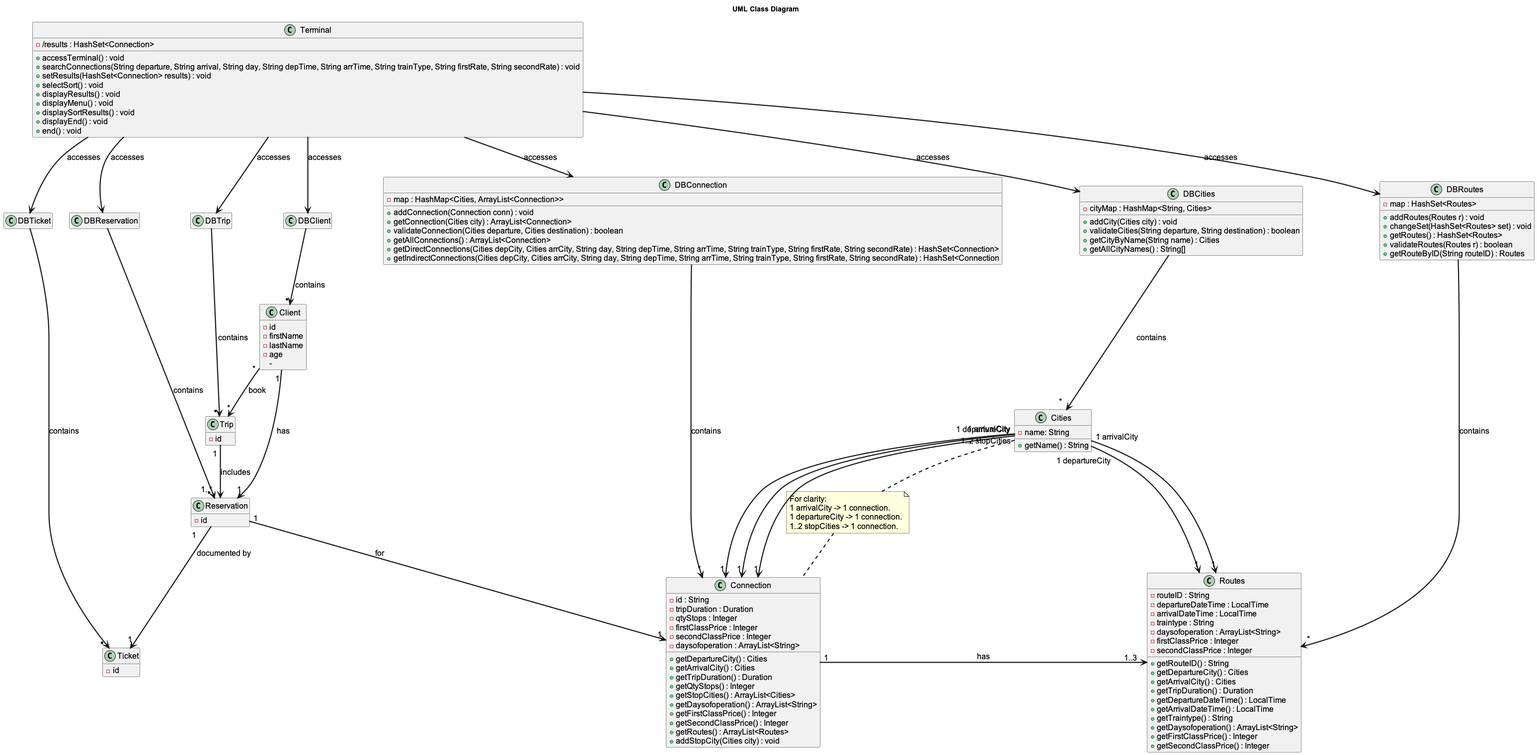
Earlier version of the PlantUML export Iteration 2/out/System docs/Class Diagram.png (Cimpo1/SOEN342_2025). Its diagram source:
```plantuml
@startuml Class Diagram
skinparam DefaultFontName Arial
skinparam DefaultFontSize 16
skinparam DefaultFontStyle bold
skinparam ArrowThickness 2.2
title UML Class Diagram
hide empty members

class "Terminal" as terminal {
    - /results : HashSet<Connection>
    + accessTerminal() : void
    + searchConnections(String departure, String arrival, String day, String depTime, String arrTime, String trainType, String firstRate, String secondRate) : void
    + setResults(HashSet<Connection> results) : void
    + selectSort() : void
    + displayResults() : void
    + displayMenu() : void
    + displaySortResults() : void
    + displayEnd() : void
    + end() : void
}
class "DBRoutes" as DBRoutes {
    - map : HashSet<Routes>
    + addRoutes(Routes r) : void
    + changeSet(HashSet<Routes> set) : void
    + getRoutes() : HashSet<Routes>
    + validateRoutes(Routes r) : boolean
    + getRouteByID(String routeID) : Routes
}

class "DBConnection" as DBConnection {
    - map : HashMap<Cities, ArrayList<Connection>>
    + addConnection(Connection conn) : void
    + getConnection(Cities city) : ArrayList<Connection>
    + validateConnection(Cities departure, Cities destination) : boolean
    + getAllConnections() : ArrayList<Connection>
    + getDirectConnections(Cities depCity, Cities arrCity, String day, String depTime, String arrTime, String trainType, String firstRate, String secondRate) : HashSet<Connection>
    + getIndirectConnections(Cities depCity, Cities arrCity, String day, String depTime, String arrTime, String trainType, String firstRate, String secondRate) : HashSet<Connection
}

class "DBCities" as DBCities {
    - cityMap : HashMap<String, Cities>
    + addCity(Cities city) : void
    + validateCities(String departure, String destination) : boolean
    + getCityByName(String name) : Cities
    + getAllCityNames() : String[]
}

class "Routes" as routes {
    - routeID : String
    - departureDateTime : LocalTime
    - arrivalDateTime : LocalTime
    - traintype : String
    - daysofoperation : ArrayList<String>
    - firstClassPrice : Integer
    - secondClassPrice : Integer
    +getRouteID() : String
    +getDepartureCity() : Cities
    +getArrivalCity() : Cities
    +getTripDuration() : Duration
    +getDepartureDateTime() : LocalTime
    +getArrivalDateTime() : LocalTime
    +getTraintype() : String
    +getDaysofoperation() : ArrayList<String>
    +getFirstClassPrice() : Integer
    +getSecondClassPrice() : Integer
}

class "Connection" as connection {
    - id : String
    - tripDuration : Duration
    - qtyStops : Integer
    - firstClassPrice : Integer
    - secondClassPrice : Integer
    - daysofoperation : ArrayList<String>
    +getDepartureCity() : Cities
    +getArrivalCity() : Cities
    +getTripDuration() : Duration
    +getQtyStops() : Integer
    +getStopCities() : ArrayList<Cities>
    +getDaysofoperation() : ArrayList<String>
    +getFirstClassPrice() : Integer
    +getSecondClassPrice() : Integer
    +getRoutes() : ArrayList<Routes>
    +addStopCity(Cities city) : void
}
class "Cities" as cities {
    - name: String
    +getName() : String
}
class "DBClient" as DBClient {}
class "Client" as client {
    - id
    - firstName
    - lastName
    - age
    -
}
class "DBTrip" as DBTrip {}
class "Trip" as trip {
    - id
}
class "DBReservation" as DBReservation {}
class "Reservation" as reservation {
    - id
}
class "DBTicket" as DBTicket {}
class "Ticket" as ticket {
    - id
}

connection"*" <-up- DBConnection : "contains"
cities" *   "  <-up-  DBCities : "contains"
routes " *  " <-up-  DBRoutes : "contains"
DBClient  -down-> "* " client : "contains"
DBTrip    -down-> "* " trip : "contains"
DBReservation -down-> "* " reservation : "contains"
DBTicket  -down-> "* " ticket : "contains"

DBConnection  -[hidden]> DBCities: "acces             ses"
DBCities  -[hidden]> DBRoutes: "acces             ses"
DBClient -[hidden]> DBConnection: "accesses"
DBReservation -[hidden]> DBTrip: "accesses"
DBTrip -[hidden]> DBClient: "accesses"
DBTicket -[hidden]> DBTrip: "accesses"


routes"1..3   "  <-left- "1"connection : "has"

connection "1 departureCity" -[hidden]-> "1" cities: "acces                    ses"
cities "1 departureCity" -left-> "1" connection
note "For clarity:\n1 arrivalCity -> 1 connection.\n1 departureCity -> 1 connection.\n1..2 stopCities -> 1 connection." as N2
cities .. N2
N2 .. connection
connection "1 departureCity" -[hidden]-> "1" cities: "acces   sssssssss                 ses"
cities "1 arrivalCity" -left-> "1" connection
cities "1..2 stopCities" -left-> "1" connection


cities "1 departureCity" -[hidden]-> "1" routes: "acces                    ses"
cities "1 departureCity" -right-> "1" routes
cities "1 departureCity" -[hidden]-> "1" routes: "acces                    ses"
cities "1 arrivalCity" -right-> "1" routes

DBRoutes  <-up-  terminal : "accesses"

DBCities  <-up-  terminal : "accesses"

DBConnection  <-up-  terminal : "accesses"

DBClient  <-up- terminal : "accesses"

DBTrip  <-up- terminal : "accesses"

DBReservation  <-up- terminal : "accesses"

DBTicket  <-up- terminal : "accesses"

reservation "1" --> "1" ticket : "documented by"

reservation "1" --> "  1" connection : "for"

trip "1" --> "1..*   " reservation : "includes"

client "*" --> "*" trip : "book"

client "1" --> "1" reservation : "has"


@enduml
```
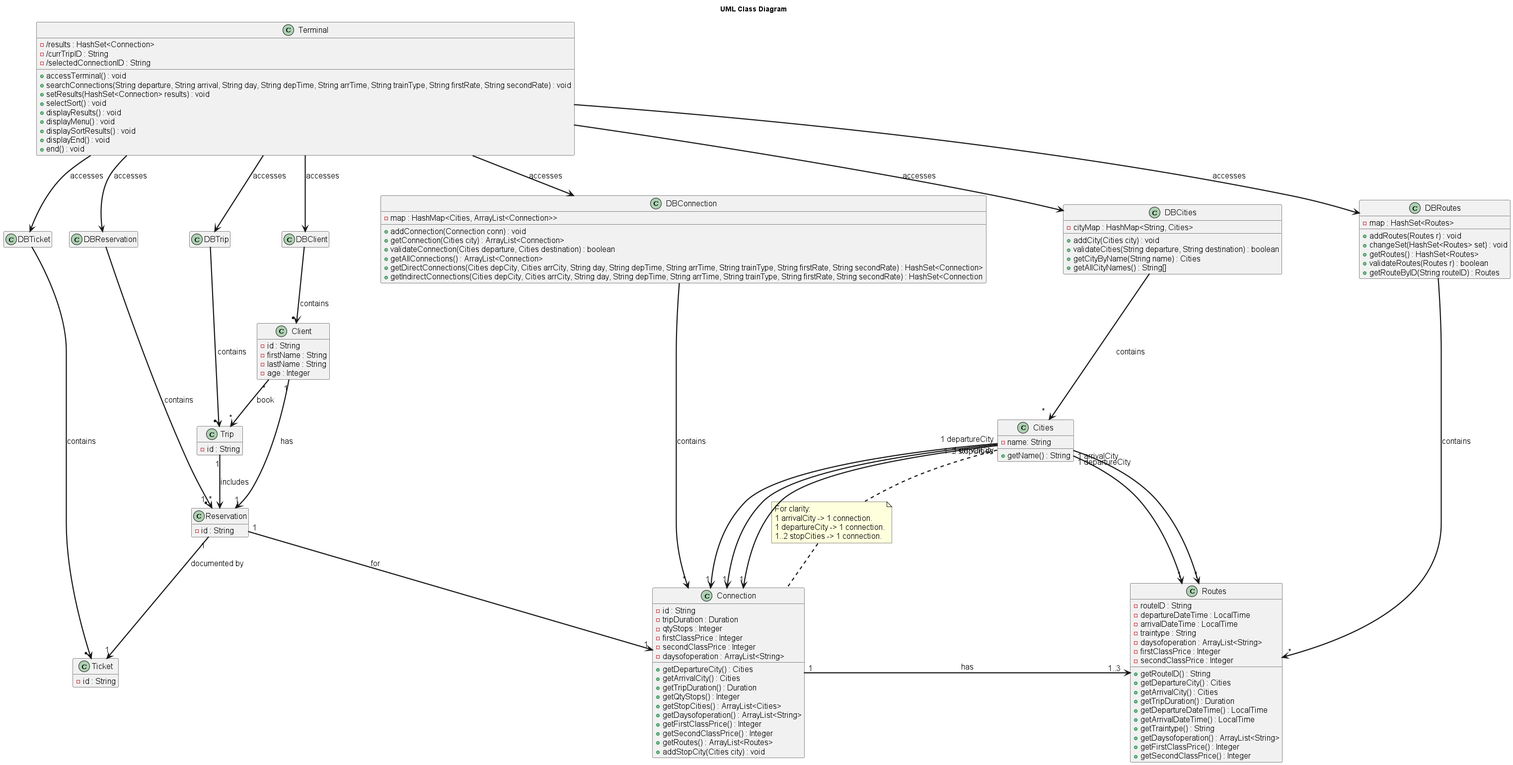
After the change.

Commit message:
added interaction diagrams for book a trip added a UUID for connection becaus connections didnt have an id, and updated other diagrams

Change to the diagram source:
```diff
@@ -8,6 +8,8 @@
 
 class "Terminal" as terminal {
     - /results : HashSet<Connection>
+    - /currTripID : String
+    - /selectedConnectionID : String
     + accessTerminal() : void
     + searchConnections(String departure, String arrival, String day, String depTime, String arrTime, String trainType, String firstRate, String secondRate) : void
     + setResults(HashSet<Connection> results) : void
@@ -89,23 +91,22 @@
 }
 class "DBClient" as DBClient {}
 class "Client" as client {
-    - id
-    - firstName
-    - lastName
-    - age
-    -
+    - id : String
+    - firstName : String
+    - lastName : String
+    - age : Integer
 }
 class "DBTrip" as DBTrip {}
 class "Trip" as trip {
-    - id
+    - id : String
 }
 class "DBReservation" as DBReservation {}
 class "Reservation" as reservation {
-    - id
+    - id : String
 }
 class "DBTicket" as DBTicket {}
 class "Ticket" as ticket {
-    - id
+    - id : String
 }
 
 connection"*" <-up- DBConnection : "contains"
```
